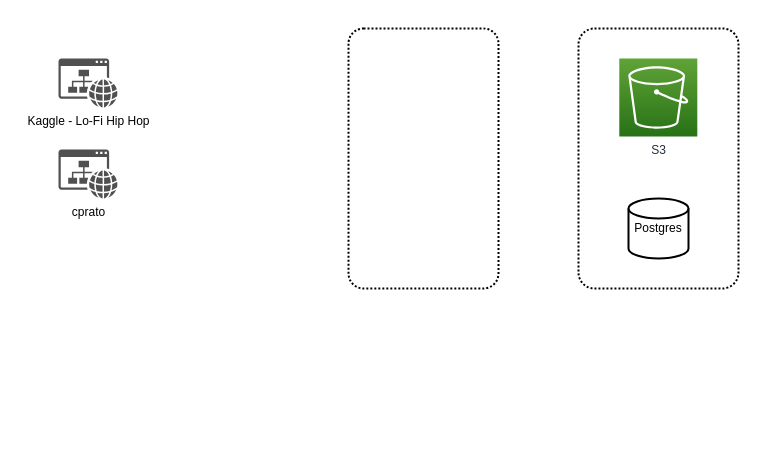
This is MusicMachine Design.drawio from yaohuiwu/SimpleFS, a draw.io file, before an edit. Source tidied: cells renumbered, new cells numbered last; positions are measured from the earlier drawing's top-left corner, leaving out a move shared by most shapes. Both pictures are drawn from the tidied source at 100%, with x=0, y=0 at pixel (58, 28). Pictures stored in the file or linked from it are replaced by grey dashed boxes.
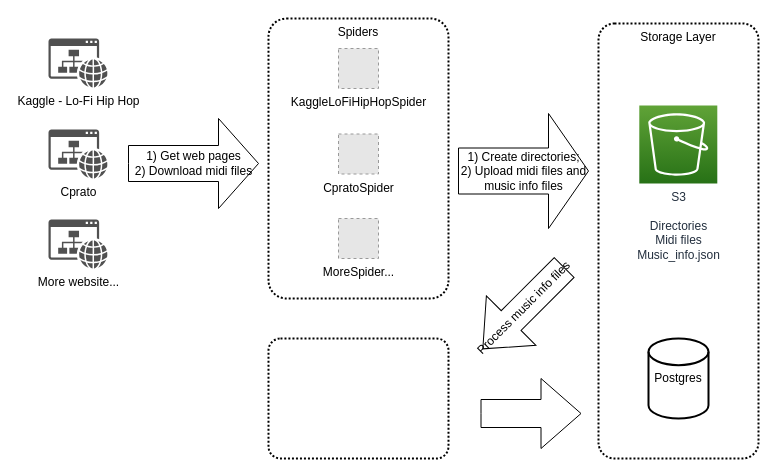
After the change.

The edit, as a diff of the source:
```diff
@@
 <mxGraphModel>
   <root>
     <mxCell id="0" />
     <mxCell id="1" parent="0" />
-    <mxCell id="2" style="rounded=1;arcSize=10;dashed=1;fillColor=none;gradientColor=none;dashPattern=1 1;strokeWidth=2;" parent="1" vertex="1">
-      <mxGeometry x="520" width="160" height="260" as="geometry" />
+    <mxCell id="2" value="Storage Layer" style="rounded=1;arcSize=10;dashed=1;fillColor=none;gradientColor=none;dashPattern=1 1;strokeWidth=2;verticalAlign=top;" parent="1" vertex="1">
+      <mxGeometry x="540" y="-5" width="160" height="435" as="geometry" />
     </mxCell>
-    <mxCell id="3" value="S3" style="sketch=0;fontColor=#232F3E;gradientColor=#60A337;gradientDirection=north;fillColor=#277116;strokeColor=#ffffff;dashed=0;verticalLabelPosition=bottom;verticalAlign=top;align=center;html=1;fontSize=12;fontStyle=0;shape=mxgraph.aws4.resourceIcon;resIcon=mxgraph.aws4.s3;" parent="1" vertex="1">
-      <mxGeometry x="560.8" y="30" width="78" height="78" as="geometry" />
+    <mxCell id="3" value="S3&lt;br&gt;&lt;br&gt;Directories&lt;br&gt;Midi files&lt;br&gt;Music_info.json" style="sketch=0;fontColor=#232F3E;gradientColor=#60A337;gradientDirection=north;fillColor=#277116;strokeColor=#ffffff;dashed=0;verticalLabelPosition=bottom;verticalAlign=top;align=center;html=1;fontSize=12;fontStyle=0;shape=mxgraph.aws4.resourceIcon;resIcon=mxgraph.aws4.s3;" parent="1" vertex="1">
+      <mxGeometry x="580.8" y="77" width="78" height="78" as="geometry" />
     </mxCell>
     <mxCell id="4" value="Postgres" style="strokeWidth=2;html=1;shape=mxgraph.flowchart.database;whiteSpace=wrap;" parent="1" vertex="1">
-      <mxGeometry x="570" y="170" width="60" height="60" as="geometry" />
+      <mxGeometry x="590" y="310" width="60" height="80" as="geometry" />
     </mxCell>
-    <mxCell id="5" style="rounded=1;arcSize=10;dashed=1;fillColor=none;gradientColor=none;dashPattern=1 1;strokeWidth=2;" parent="1" vertex="1">
-      <mxGeometry x="290" width="150" height="260" as="geometry" />
+    <mxCell id="5" value="Spiders" style="rounded=1;arcSize=10;dashed=1;fillColor=none;gradientColor=none;dashPattern=1 1;strokeWidth=2;verticalAlign=top;" parent="1" vertex="1">
+      <mxGeometry x="210" y="-10" width="180" height="280" as="geometry" />
     </mxCell>
     <mxCell id="6" value="Kaggle - Lo-Fi Hip Hop" style="sketch=0;shadow=0;dashed=0;html=1;strokeColor=none;fillColor=#505050;labelPosition=center;verticalLabelPosition=bottom;verticalAlign=top;align=center;shape=mxgraph.office.concepts.website;" parent="1" vertex="1">
-      <mxGeometry y="30" width="59" height="49" as="geometry" />
+      <mxGeometry x="-10" y="10" width="59" height="49" as="geometry" />
     </mxCell>
-    <mxCell id="7" value="cprato" style="sketch=0;shadow=0;dashed=0;html=1;strokeColor=none;fillColor=#505050;labelPosition=center;verticalLabelPosition=bottom;verticalAlign=top;align=center;shape=mxgraph.office.concepts.website;" parent="1" vertex="1">
-      <mxGeometry y="121" width="59" height="49" as="geometry" />
+    <mxCell id="7" value="Cprato" style="sketch=0;shadow=0;dashed=0;html=1;strokeColor=none;fillColor=#505050;labelPosition=center;verticalLabelPosition=bottom;verticalAlign=top;align=center;shape=mxgraph.office.concepts.website;" parent="1" vertex="1">
+      <mxGeometry x="-10" y="101" width="59" height="49" as="geometry" />
     </mxCell>
+    <mxCell id="8" value="More website..." style="sketch=0;shadow=0;dashed=0;html=1;strokeColor=none;fillColor=#505050;labelPosition=center;verticalLabelPosition=bottom;verticalAlign=top;align=center;shape=mxgraph.office.concepts.website;" parent="1" vertex="1">
+      <mxGeometry x="-10" y="191" width="59" height="49" as="geometry" />
+    </mxCell>
+    <mxCell id="9" value="KaggleLoFiHipHopSpider" style="fillColor=#E6E6E6;strokeColor=#999999;dashed=1;html=1;verticalAlign=top;verticalLabelPosition=bottom;labelBackgroundColor=#ffffff;" parent="1" vertex="1">
+      <mxGeometry x="280" y="20" width="40" height="40" as="geometry" />
+    </mxCell>
+    <mxCell id="10" value="CpratoSpider" style="fillColor=#E6E6E6;strokeColor=#999999;dashed=1;html=1;verticalAlign=top;verticalLabelPosition=bottom;labelBackgroundColor=#ffffff;" parent="1" vertex="1">
+      <mxGeometry x="280" y="105.5" width="40" height="40" as="geometry" />
+    </mxCell>
+    <mxCell id="11" value="MoreSpider..." style="fillColor=#E6E6E6;strokeColor=#999999;dashed=1;html=1;verticalAlign=top;verticalLabelPosition=bottom;labelBackgroundColor=#ffffff;" parent="1" vertex="1">
+      <mxGeometry x="280" y="190" width="40" height="40" as="geometry" />
+    </mxCell>
+    <mxCell id="12" style="rounded=1;arcSize=10;dashed=1;fillColor=none;gradientColor=none;dashPattern=1 1;strokeWidth=2;" parent="1" vertex="1">
+      <mxGeometry x="210" y="310" width="180" height="120" as="geometry" />
+    </mxCell>
+    <mxCell id="13" value="1) Get web pages&lt;br&gt;2) Download midi files" style="html=1;shadow=0;dashed=0;align=center;verticalAlign=middle;shape=mxgraph.arrows2.arrow;dy=0.6;dx=40;notch=0;" parent="1" vertex="1">
+      <mxGeometry x="70" y="90" width="130" height="90" as="geometry" />
+    </mxCell>
+    <mxCell id="14" value="1) Create directories;&lt;br&gt;2) Upload midi files and &lt;br&gt;music info files" style="html=1;shadow=0;dashed=0;align=center;verticalAlign=middle;shape=mxgraph.arrows2.arrow;dy=0.6;dx=40;notch=0;" parent="1" vertex="1">
+      <mxGeometry x="400" y="85" width="130" height="115" as="geometry" />
+    </mxCell>
+    <mxCell id="15" value="Process music info files" style="html=1;shadow=0;dashed=0;align=center;verticalAlign=middle;shape=mxgraph.arrows2.arrow;dy=0.6;dx=40;flipH=1;notch=0;rotation=-45;" parent="1" vertex="1">
+      <mxGeometry x="407.5" y="244.7" width="115" height="70" as="geometry" />
+    </mxCell>
+    <mxCell id="16" style="html=1;shadow=0;dashed=0;align=center;verticalAlign=middle;shape=mxgraph.arrows2.arrow;dy=0.6;dx=40;notch=0;" parent="1" vertex="1">
+      <mxGeometry x="422.5" y="350" width="100" height="70" as="geometry" />
+    </mxCell>
   </root>
 </mxGraphModel>
```
